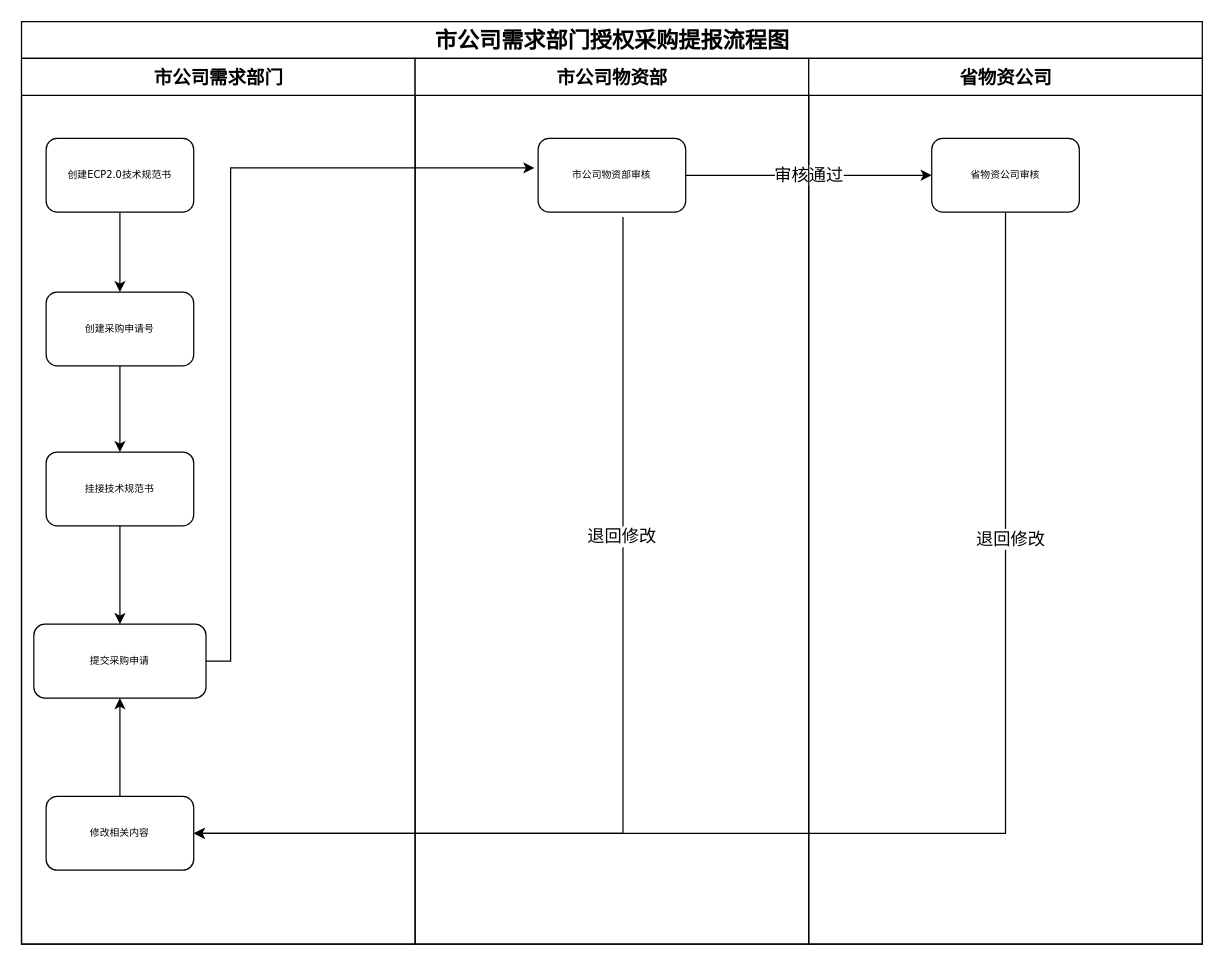
This is 市公司提报流程.drawio from KongValley/hugo, a draw.io file, before an edit. Source tidied: cells renumbered, new cells numbered last; positions are measured from the earlier drawing's top-left corner, leaving out a move shared by most shapes. Both pictures are drawn from the tidied source at 123%, with x=0, y=0 at pixel (21, 21).
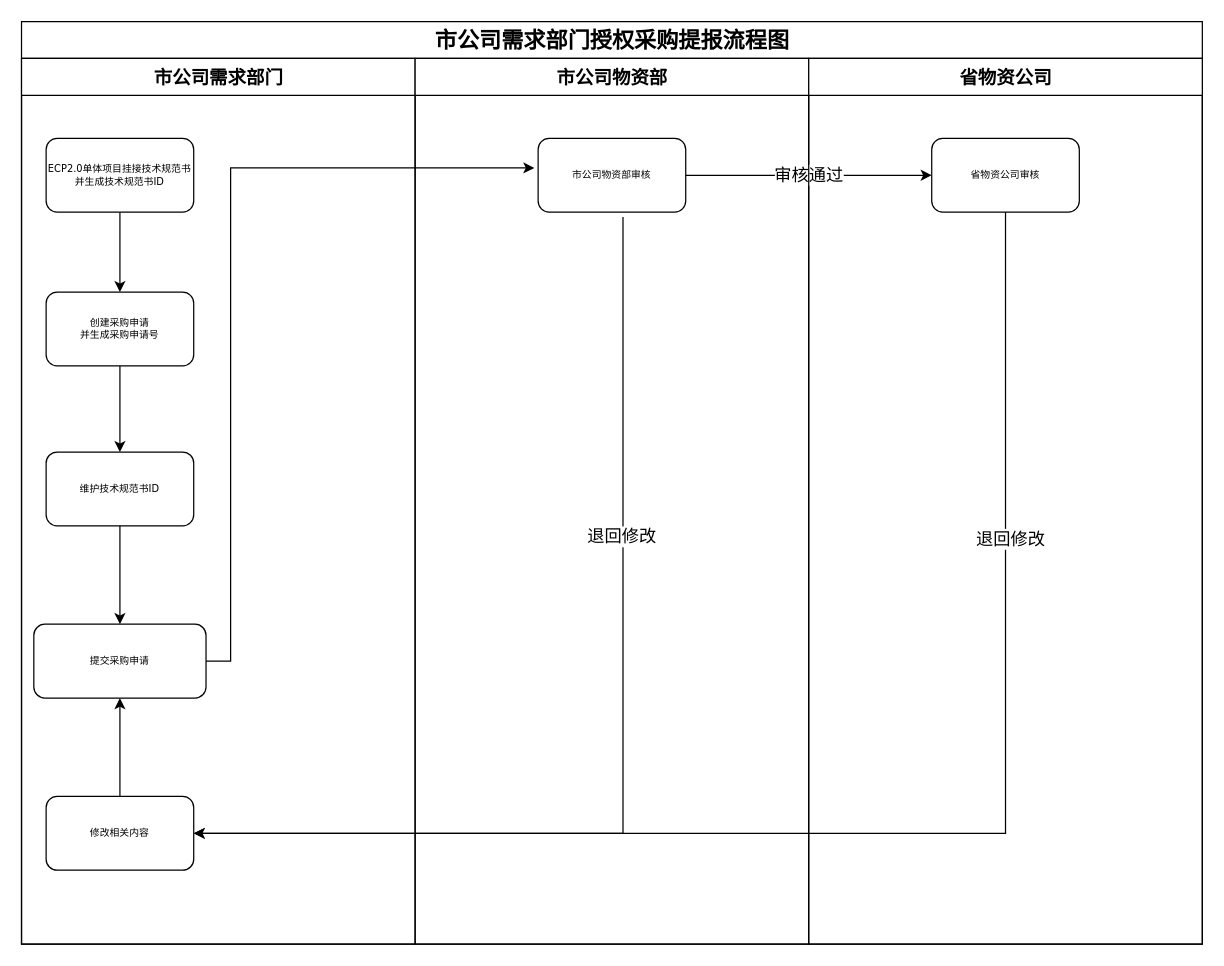
Above is the later version.

Commit message (it also covers changes not shown here):
Update 市公司提报流程.drawio

The change refers to these unchanged cells:
```xml
<mxCell id="3" value="市公司需求部门" style="swimlane;html=1;startSize=30;fontSize=15;" parent="2" vertex="1">
  <mxGeometry y="30" width="320" height="720" as="geometry" />
</mxCell>
```

What changed in the source:
```diff
@@
-    <mxCell id="5" value="创建ECP2.0技术规范书" style="rounded=1;whiteSpace=wrap;html=1;shadow=0;labelBackgroundColor=none;strokeWidth=1;fontFamily=Verdana;fontSize=8;align=center;" parent="3" vertex="1">
+    <mxCell id="5" value="ECP2.0单体项目挂接技术规范书并生成技术规范书ID" style="rounded=1;whiteSpace=wrap;html=1;shadow=0;labelBackgroundColor=none;strokeWidth=1;fontFamily=Verdana;fontSize=8;align=center;" parent="3" vertex="1">
       <mxGeometry x="20" y="65" width="120" height="60" as="geometry" />
     </mxCell>
@@
-    <mxCell id="7" value="创建采购申请号" style="rounded=1;whiteSpace=wrap;html=1;shadow=0;labelBackgroundColor=none;strokeWidth=1;fontFamily=Verdana;fontSize=8;align=center;" parent="3" vertex="1">
+    <mxCell id="7" value="创建采购申请&lt;br&gt;并生成采购申请号" style="rounded=1;whiteSpace=wrap;html=1;shadow=0;labelBackgroundColor=none;strokeWidth=1;fontFamily=Verdana;fontSize=8;align=center;" parent="3" vertex="1">
       <mxGeometry x="20" y="190" width="120" height="60" as="geometry" />
     </mxCell>
-    <mxCell id="8" value="挂接技术规范书" style="rounded=1;whiteSpace=wrap;html=1;shadow=0;labelBackgroundColor=none;strokeWidth=1;fontFamily=Verdana;fontSize=8;align=center;" parent="3" vertex="1">
+    <mxCell id="8" value="维护技术规范书ID" style="rounded=1;whiteSpace=wrap;html=1;shadow=0;labelBackgroundColor=none;strokeWidth=1;fontFamily=Verdana;fontSize=8;align=center;" parent="3" vertex="1">
       <mxGeometry x="20" y="320" width="120" height="60" as="geometry" />
     </mxCell>
```
